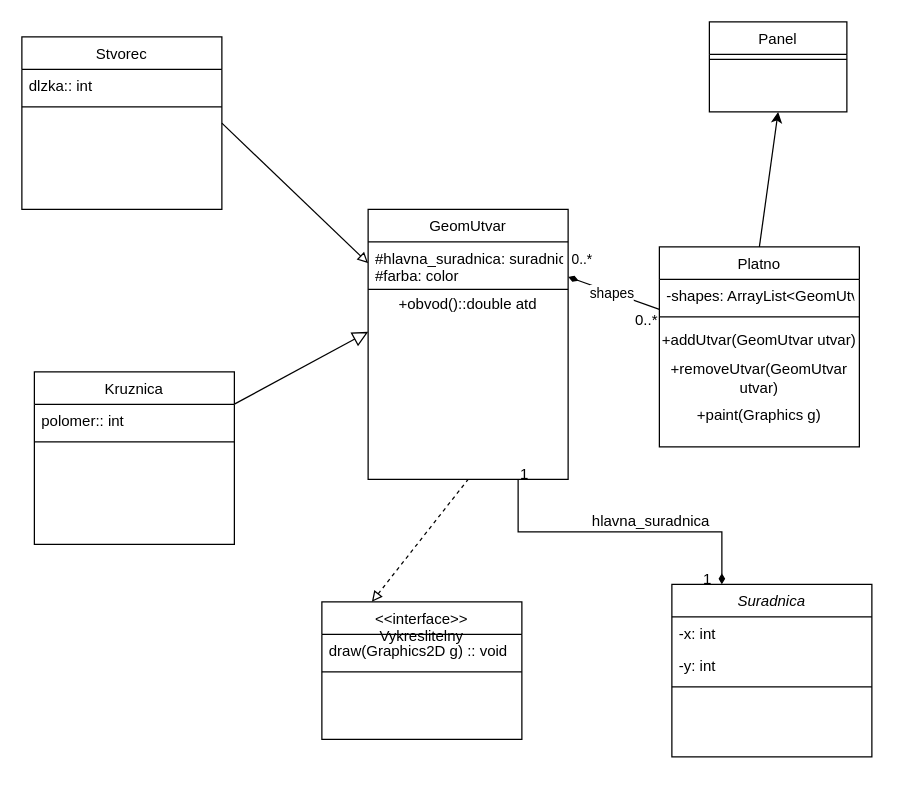
Above: UML/cvicenie2.drawio in Mart1n66/school (draw.io), before the change. Source tidied: cells renumbered, new cells numbered last; positions are measured from the earlier drawing's top-left corner, leaving out a move shared by most shapes. Both pictures are drawn from the tidied source at 125%, with x=0, y=0 at pixel (21, 21).
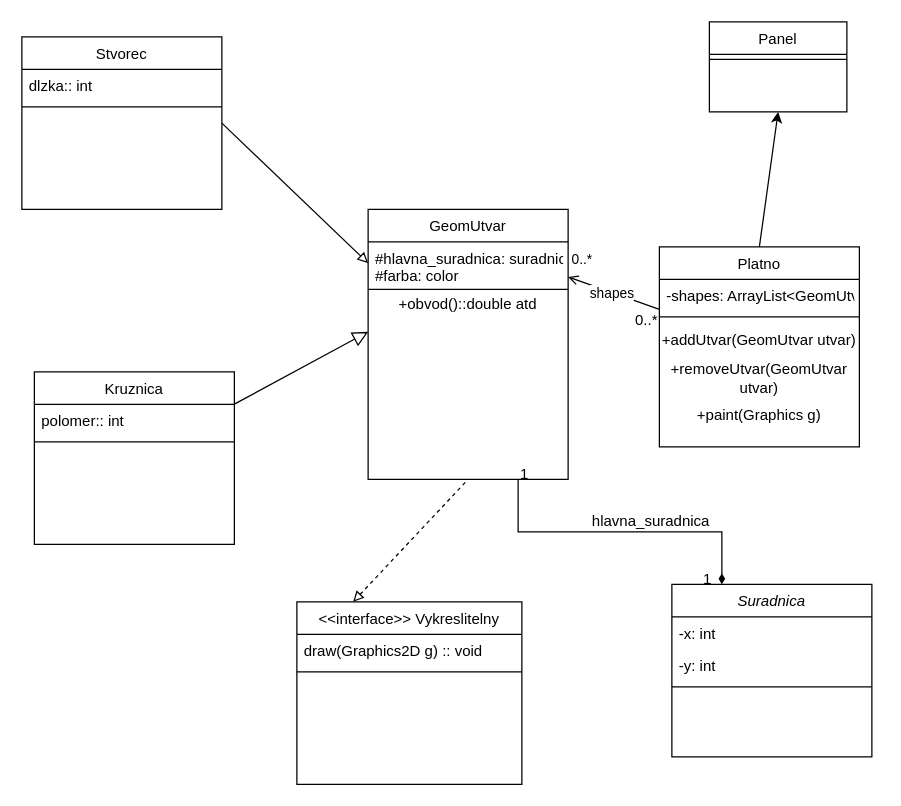
The same page after the edit.

Unchanged cells that the change refers to:
```xml
<mxCell id="13" value="GeomUtvar" style="swimlane;fontStyle=0;align=center;verticalAlign=top;horizontal=1;startSize=26;rounded=0;shadow=0;strokeWidth=1;" parent="1" vertex="1">
  <mxGeometry x="277" y="150" width="160" height="216" as="geometry" />
</mxCell>
<mxCell id="29" value="-shapes: ArrayList&lt;GeomUtvar&gt;" style="text;align=left;verticalAlign=top;spacingLeft=4;spacingRight=4;overflow=hidden;points=[[0,0.5],[1,0.5]];portConstraint=eastwest;" parent="28" vertex="1">
  <mxGeometry y="26" width="160" height="26" as="geometry" />
</mxCell>
```

Diff of the diagram source:
```diff
@@
-    <mxCell id="10" value="&lt;&lt;interface&gt;&gt;&#10;Vykreslitelny" style="swimlane;fontStyle=0;align=center;verticalAlign=top;horizontal=1;startSize=26;rounded=0;shadow=0;strokeWidth=1;" parent="1" vertex="1">
-      <mxGeometry x="240" y="464" width="160" height="110" as="geometry" />
+    <mxCell id="10" value="&lt;&lt;interface&gt;&gt; Vykreslitelny" style="swimlane;fontStyle=0;align=center;verticalAlign=top;horizontal=1;startSize=26;rounded=0;shadow=0;strokeWidth=1;" parent="1" vertex="1">
+      <mxGeometry x="220" y="464" width="180" height="146" as="geometry" />
     </mxCell>
     <mxCell id="11" value="draw(Graphics2D g) :: void" style="text;align=left;verticalAlign=top;spacingLeft=4;spacingRight=4;overflow=hidden;" parent="10" vertex="1">
-      <mxGeometry y="26" width="160" height="26" as="geometry" />
+      <mxGeometry y="26" width="180" height="26" as="geometry" />
     </mxCell>
     <mxCell id="12" style="line;html=1;strokeWidth=1;align=left;verticalAlign=middle;spacingTop=-1;spacingLeft=3;spacingRight=3;labelPosition=right;" parent="10" vertex="1">
-      <mxGeometry y="52" width="160" height="8" as="geometry" />
+      <mxGeometry y="52" width="180" height="8" as="geometry" />
     </mxCell>
@@
-    <mxCell id="35" style="endArrow=diamondThin;html=1;rounded=0;entryX=1;entryY=0.25;entryDx=0;entryDy=0;exitX=0;exitY=0.923;exitDx=0;exitDy=0;exitPerimeter=0;endFill=1;" parent="1" edge="1" source="29" target="13">
+    <mxCell id="35" style="endArrow=open;html=1;rounded=0;entryX=1;entryY=0.25;entryDx=0;entryDy=0;exitX=0;exitY=0.923;exitDx=0;exitDy=0;exitPerimeter=0;endFill=0;" parent="1" edge="1" source="29" target="13">
       <mxGeometry relative="1" as="geometry" />
     </mxCell>
```
